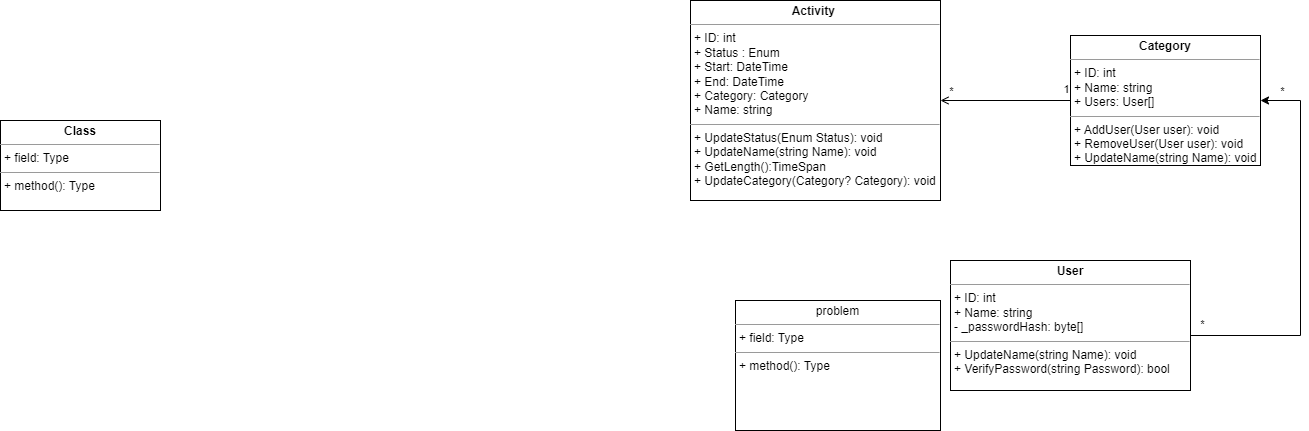
Earlier version of the draw.io export Variant_3.drawio.png (MgrDim/lab1). Source tidied: cells renumbered, new cells last; positions are measured from the earlier drawing's top-left corner, leaving out a move shared by most shapes.
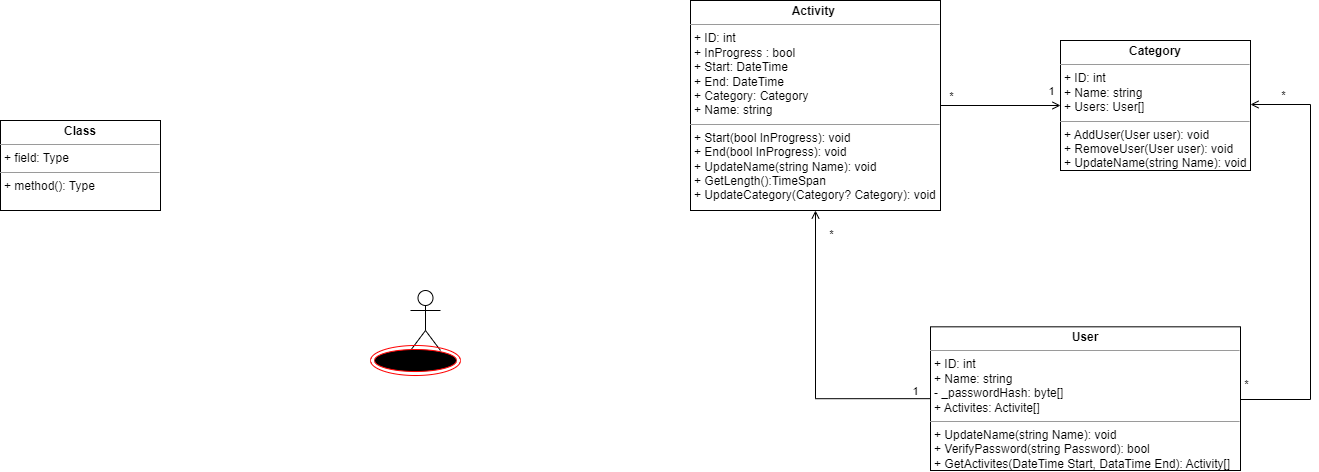
The same diagram one commit later.

Diff of the diagram source:
```diff
@@ -2,33 +2,24 @@
   <root>
     <mxCell id="0" />
     <mxCell id="1" parent="0" />
-    <mxCell id="2" style="edgeStyle=orthogonalEdgeStyle;rounded=0;jettySize=auto;html=1;exitX=0;exitY=0.5;exitDx=0;exitDy=0;endArrow=open;endFill=0;entryX=1;entryY=0.5;entryDx=0;entryDy=0;" parent="1" edge="1" source="6" target="4">
-      <mxGeometry relative="1" as="geometry" />
-    </mxCell>
-    <mxCell id="3" value="*" style="edgeLabel;html=1;align=center;verticalAlign=middle;" parent="2" vertex="1">
-      <mxGeometry x="0.63" relative="1" as="geometry">
-        <mxPoint x="-14" y="-10" as="offset" />
-      </mxGeometry>
-    </mxCell>
-    <mxCell id="4" value="&lt;p style=&quot;margin:0px;margin-top:4px;text-align:center;&quot;&gt;&lt;b&gt;Activity&amp;nbsp;&lt;/b&gt;&lt;/p&gt;&lt;hr size=&quot;1&quot;&gt;&lt;p style=&quot;margin:0px;margin-left:4px;&quot;&gt;+ ID: int&lt;/p&gt;&lt;p style=&quot;margin:0px;margin-left:4px;&quot;&gt;+ Status : Enum&lt;/p&gt;&lt;p style=&quot;margin:0px;margin-left:4px;&quot;&gt;+ Start: DateTime&lt;/p&gt;&lt;p style=&quot;margin:0px;margin-left:4px;&quot;&gt;+ End: DateTime&lt;/p&gt;&lt;p style=&quot;margin:0px;margin-left:4px;&quot;&gt;+ Category: Category&lt;/p&gt;&lt;p style=&quot;margin:0px;margin-left:4px;&quot;&gt;+ Name: string&lt;/p&gt;&lt;hr size=&quot;1&quot;&gt;&lt;p style=&quot;margin:0px;margin-left:4px;&quot;&gt;+ UpdateStatus(Enum Status): void&lt;/p&gt;&lt;p style=&quot;margin:0px;margin-left:4px;&quot;&gt;+ UpdateName(string Name): void&lt;/p&gt;&lt;p style=&quot;margin:0px;margin-left:4px;&quot;&gt;+ GetLength():TimeSpan&lt;/p&gt;&lt;p style=&quot;margin:0px;margin-left:4px;&quot;&gt;+ UpdateCategory(Category? Category): void&lt;/p&gt;" style="verticalAlign=top;align=left;overflow=fill;fontSize=12;fontFamily=Helvetica;html=1;whiteSpace=wrap;" parent="1" vertex="1">
-      <mxGeometry x="690" width="250" height="200" as="geometry" />
+    <mxCell id="4" value="&lt;p style=&quot;margin:0px;margin-top:4px;text-align:center;&quot;&gt;&lt;b&gt;Activity&amp;nbsp;&lt;/b&gt;&lt;/p&gt;&lt;hr size=&quot;1&quot;&gt;&lt;p style=&quot;margin:0px;margin-left:4px;&quot;&gt;+ ID: int&lt;/p&gt;&lt;p style=&quot;margin:0px;margin-left:4px;&quot;&gt;+ InProgress : bool&lt;/p&gt;&lt;p style=&quot;margin:0px;margin-left:4px;&quot;&gt;+ Start: DateTime&lt;/p&gt;&lt;p style=&quot;margin:0px;margin-left:4px;&quot;&gt;+ End: DateTime&lt;/p&gt;&lt;p style=&quot;margin:0px;margin-left:4px;&quot;&gt;+ Category: Category&lt;/p&gt;&lt;p style=&quot;margin:0px;margin-left:4px;&quot;&gt;+ Name: string&lt;/p&gt;&lt;hr size=&quot;1&quot;&gt;&lt;p style=&quot;margin:0px;margin-left:4px;&quot;&gt;+ Start(bool InProgress): void&lt;/p&gt;&lt;p style=&quot;margin:0px;margin-left:4px;&quot;&gt;+ End(bool InProgress): void&lt;br&gt;&lt;/p&gt;&lt;p style=&quot;margin:0px;margin-left:4px;&quot;&gt;+ UpdateName(string Name): void&lt;/p&gt;&lt;p style=&quot;margin:0px;margin-left:4px;&quot;&gt;+ GetLength():TimeSpan&lt;/p&gt;&lt;p style=&quot;margin:0px;margin-left:4px;&quot;&gt;+ UpdateCategory(Category? Category): void&lt;/p&gt;&lt;p style=&quot;margin:0px;margin-left:4px;&quot;&gt;&lt;br&gt;&lt;/p&gt;" style="verticalAlign=top;align=left;overflow=fill;fontSize=12;fontFamily=Helvetica;html=1;whiteSpace=wrap;" parent="1" vertex="1">
+      <mxGeometry x="690" width="250" height="210" as="geometry" />
     </mxCell>
     <mxCell id="5" value="&lt;p style=&quot;margin:0px;margin-top:4px;text-align:center;&quot;&gt;&lt;b&gt;Class&lt;/b&gt;&lt;/p&gt;&lt;hr size=&quot;1&quot;/&gt;&lt;p style=&quot;margin:0px;margin-left:4px;&quot;&gt;+ field: Type&lt;/p&gt;&lt;hr size=&quot;1&quot;/&gt;&lt;p style=&quot;margin:0px;margin-left:4px;&quot;&gt;+ method(): Type&lt;/p&gt;" style="verticalAlign=top;align=left;overflow=fill;fontSize=12;fontFamily=Helvetica;html=1;whiteSpace=wrap;" parent="1" vertex="1">
       <mxGeometry y="120" width="160" height="90" as="geometry" />
     </mxCell>
     <mxCell id="6" value="&lt;p style=&quot;margin:0px;margin-top:4px;text-align:center;&quot;&gt;&lt;b&gt;Category&lt;/b&gt;&lt;/p&gt;&lt;hr size=&quot;1&quot;&gt;&lt;p style=&quot;margin:0px;margin-left:4px;&quot;&gt;+ ID: int&lt;/p&gt;&lt;p style=&quot;margin:0px;margin-left:4px;&quot;&gt;+ Name: string&lt;/p&gt;&lt;p style=&quot;margin:0px;margin-left:4px;&quot;&gt;+ Users: User[]&lt;/p&gt;&lt;hr size=&quot;1&quot;&gt;&lt;p style=&quot;margin:0px;margin-left:4px;&quot;&gt;+ AddUser(User user): void&lt;/p&gt;&lt;p style=&quot;margin:0px;margin-left:4px;&quot;&gt;+ RemoveUser(User user): void&lt;/p&gt;&lt;p style=&quot;margin:0px;margin-left:4px;&quot;&gt;+ UpdateName(string Name): void&lt;/p&gt;" style="verticalAlign=top;align=left;overflow=fill;fontSize=12;fontFamily=Helvetica;html=1;whiteSpace=wrap;" parent="1" vertex="1">
-      <mxGeometry x="1070" y="35" width="190" height="130" as="geometry" />
+      <mxGeometry x="1060" y="40" width="190" height="130" as="geometry" />
     </mxCell>
-    <mxCell id="7" value="1" style="edgeLabel;html=1;align=center;verticalAlign=middle;" parent="1" vertex="1">
-      <mxGeometry x="1070" y="80" as="geometry">
-        <mxPoint x="-5" y="8" as="offset" />
-      </mxGeometry>
-    </mxCell>
-    <mxCell id="8" style="edgeStyle=orthogonalEdgeStyle;rounded=0;jettySize=auto;html=1;exitX=1;exitY=0.5;exitDx=0;exitDy=0;entryX=1;entryY=0.5;entryDx=0;entryDy=0;" parent="1" edge="1" source="10" target="6">
+    <mxCell id="8" style="edgeStyle=orthogonalEdgeStyle;rounded=0;jettySize=auto;html=1;entryX=1;entryY=0.5;entryDx=0;entryDy=0;endArrow=open;endFill=0;exitX=1;exitY=0.5;exitDx=0;exitDy=0;" parent="1" edge="1" source="10">
       <mxGeometry relative="1" as="geometry">
+        <mxPoint x="1250" y="104" as="targetPoint" />
         <Array as="points">
-          <mxPoint x="1300" y="335" />
-          <mxPoint x="1300" y="100" />
+          <mxPoint x="1190" y="397" />
+          <mxPoint x="1200" y="397" />
+          <mxPoint x="1200" y="399" />
+          <mxPoint x="1310" y="399" />
+          <mxPoint x="1310" y="104" />
         </Array>
       </mxGeometry>
     </mxCell>
@@ -37,16 +28,45 @@
         <mxPoint x="-12" y="-10" as="offset" />
       </mxGeometry>
     </mxCell>
+    <mxCell id="11" value="*" style="edgeLabel;html=1;align=center;verticalAlign=middle;" parent="1" vertex="1">
+      <mxGeometry x="1004" y="140" as="geometry">
+        <mxPoint x="241" y="243" as="offset" />
+      </mxGeometry>
+    </mxCell>
+    <mxCell id="13" value="Actor" style="shape=umlActor;verticalLabelPosition=bottom;verticalAlign=top;html=1;" parent="1" vertex="1">
+      <mxGeometry x="410" y="290" width="30" height="60" as="geometry" />
+    </mxCell>
+    <mxCell id="14" style="ellipse;html=1;shape=endState;fillColor=#000000;strokeColor=#ff0000;" parent="1" vertex="1">
+      <mxGeometry x="370" y="345" width="90" height="30" as="geometry" />
+    </mxCell>
+    <mxCell id="2" style="edgeStyle=orthogonalEdgeStyle;rounded=0;jettySize=auto;html=1;exitX=1;exitY=0.5;exitDx=0;exitDy=0;endArrow=open;endFill=0;entryX=0;entryY=0.5;entryDx=0;entryDy=0;" parent="1" edge="1" source="4" target="6">
+      <mxGeometry relative="1" as="geometry" />
+    </mxCell>
+    <mxCell id="3" value="*" style="edgeLabel;html=1;align=center;verticalAlign=middle;" parent="2" vertex="1">
+      <mxGeometry x="0.63" relative="1" as="geometry">
+        <mxPoint x="-88" y="-10" as="offset" />
+      </mxGeometry>
+    </mxCell>
+    <mxCell id="15" value="1" style="edgeLabel;html=1;align=center;verticalAlign=middle;" parent="2" vertex="1">
+      <mxGeometry x="-0.78" y="-3" relative="1" as="geometry">
+        <mxPoint x="97" y="-18" as="offset" />
+      </mxGeometry>
+    </mxCell>
+    <mxCell id="16" style="edgeStyle=orthogonalEdgeStyle;rounded=0;jettySize=auto;html=1;exitX=0;exitY=0.5;exitDx=0;exitDy=0;entryX=0.5;entryY=1;entryDx=0;entryDy=0;endArrow=open;endFill=0;" parent="1" edge="1" source="10" target="4">
+      <mxGeometry relative="1" as="geometry" />
+    </mxCell>
+    <mxCell id="17" value="1" style="edgeLabel;html=1;align=center;verticalAlign=middle;" parent="16" vertex="1">
+      <mxGeometry x="-0.9" y="2" relative="1" as="geometry">
+        <mxPoint y="-10" as="offset" />
+      </mxGeometry>
+    </mxCell>
+    <mxCell id="18" value="*" style="edgeLabel;html=1;align=center;verticalAlign=middle;" parent="16" vertex="1">
+      <mxGeometry x="0.85" relative="1" as="geometry">
+        <mxPoint x="15" as="offset" />
+      </mxGeometry>
+    </mxCell>
-    <mxCell id="10" value="&lt;p style=&quot;margin:0px;margin-top:4px;text-align:center;&quot;&gt;&lt;b&gt;User&lt;/b&gt;&lt;/p&gt;&lt;hr size=&quot;1&quot;&gt;&lt;p style=&quot;margin:0px;margin-left:4px;&quot;&gt;+ ID: int&amp;nbsp;&lt;/p&gt;&lt;p style=&quot;margin:0px;margin-left:4px;&quot;&gt;+ Name: string&lt;/p&gt;&lt;p style=&quot;margin:0px;margin-left:4px;&quot;&gt;- _passwordHash: byte[]&lt;/p&gt;&lt;hr size=&quot;1&quot;&gt;&lt;p style=&quot;margin:0px;margin-left:4px;&quot;&gt;+ UpdateName(string Name): void&lt;/p&gt;&lt;p style=&quot;margin:0px;margin-left:4px;&quot;&gt;+ VerifyPassword(string Password): bool&lt;/p&gt;" style="verticalAlign=top;align=left;overflow=fill;fontSize=12;fontFamily=Helvetica;html=1;whiteSpace=wrap;" parent="1" vertex="1">
-      <mxGeometry x="950" y="260" width="240" height="130" as="geometry" />
+    <mxCell id="10" value="&lt;p style=&quot;margin:0px;margin-top:4px;text-align:center;&quot;&gt;&lt;b&gt;User&lt;/b&gt;&lt;/p&gt;&lt;hr size=&quot;1&quot;&gt;&lt;p style=&quot;margin:0px;margin-left:4px;&quot;&gt;+ ID: int&amp;nbsp;&lt;/p&gt;&lt;p style=&quot;margin:0px;margin-left:4px;&quot;&gt;+ Name: string&lt;/p&gt;&lt;p style=&quot;margin:0px;margin-left:4px;&quot;&gt;- _passwordHash: byte[]&lt;/p&gt;&lt;p style=&quot;margin:0px;margin-left:4px;&quot;&gt;+ Activites: Activite[]&lt;/p&gt;&lt;hr size=&quot;1&quot;&gt;&lt;p style=&quot;margin:0px;margin-left:4px;&quot;&gt;+ UpdateName(string Name): void&lt;/p&gt;&lt;p style=&quot;margin:0px;margin-left:4px;&quot;&gt;+ VerifyPassword(string Password): bool&lt;/p&gt;&lt;p style=&quot;margin:0px;margin-left:4px;&quot;&gt;+ GetActivites(DateTime Start, DataTime End): Activity[]&lt;/p&gt;" style="verticalAlign=top;align=left;overflow=fill;fontSize=12;fontFamily=Helvetica;html=1;whiteSpace=wrap;" parent="1" vertex="1">
+      <mxGeometry x="930" y="326.3" width="310" height="143.7" as="geometry" />
     </mxCell>
-    <mxCell id="11" value="*" style="edgeLabel;html=1;align=center;verticalAlign=middle;" parent="1" vertex="1">
-      <mxGeometry x="960" y="80" as="geometry">
-        <mxPoint x="241" y="243" as="offset" />
-      </mxGeometry>
-    </mxCell>
-    <mxCell id="12" value="&lt;p style=&quot;margin:0px;margin-top:4px;text-align:center;&quot;&gt;problem&lt;br&gt;&lt;/p&gt;&lt;hr size=&quot;1&quot;&gt;&lt;p style=&quot;margin:0px;margin-left:4px;&quot;&gt;+ field: Type&lt;/p&gt;&lt;hr size=&quot;1&quot;&gt;&lt;p style=&quot;margin:0px;margin-left:4px;&quot;&gt;+ method(): Type&lt;/p&gt;" style="verticalAlign=top;align=left;overflow=fill;fontSize=12;fontFamily=Helvetica;html=1;whiteSpace=wrap;" parent="1" vertex="1">
-      <mxGeometry x="735" y="300" width="205" height="130" as="geometry" />
-    </mxCell>
   </root>
 </mxGraphModel>
```
